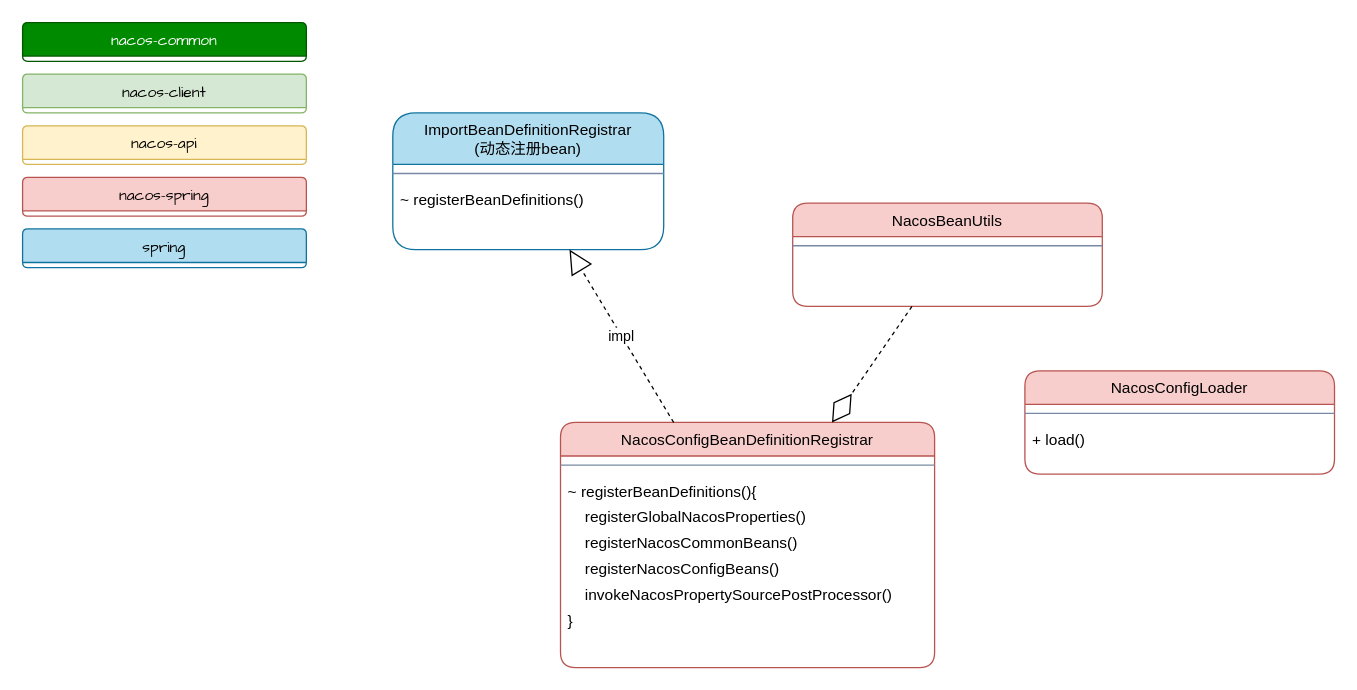
ZhengweiHou/simplegit keeps this draw.io diagram as page "容器初始化梳理" (3 of 4) of diagrams.net/Nacos架构梳理.drawio. Above is the earlier version. Source tidied: cells renumbered, new cells numbered last; positions are measured from the earlier drawing's top-left corner, leaving out a move shared by most shapes. Both pictures are drawn from the tidied source at 129%, with x=0, y=0 at pixel (22, 22).
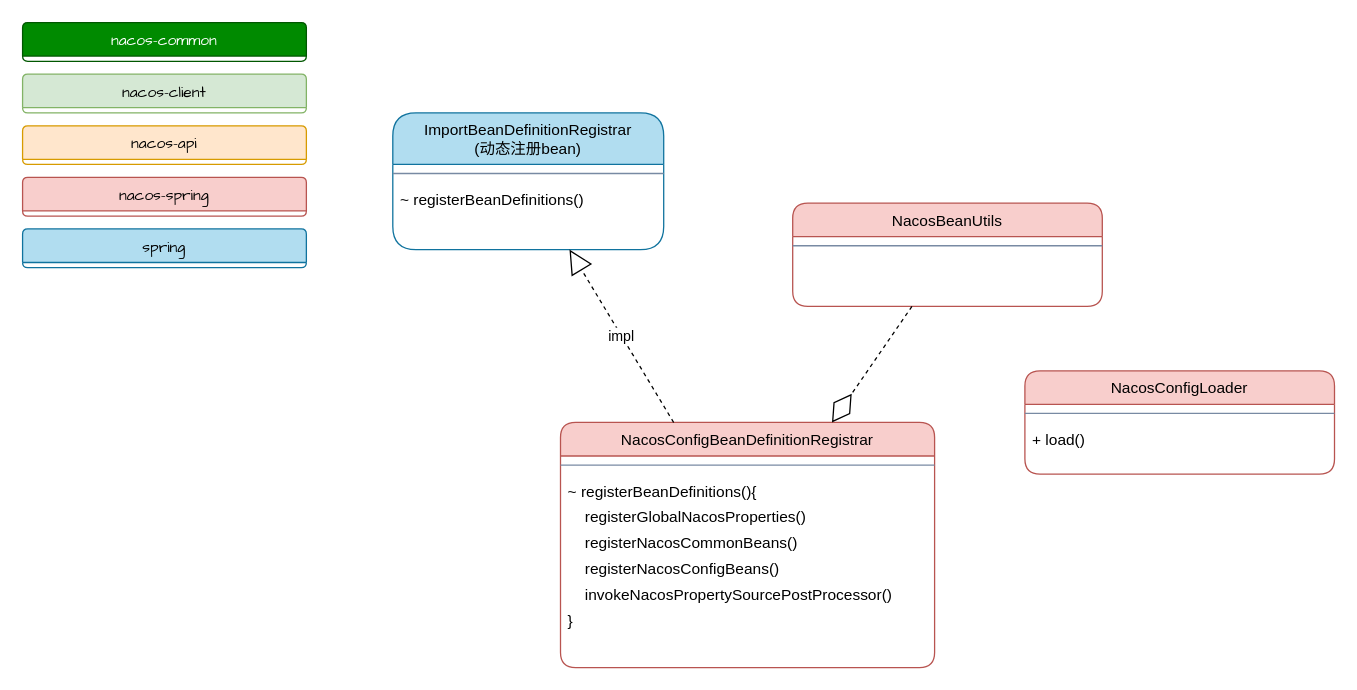
The same diagram, later.

The edit, as a diff of the source:
```diff
@@
-    <mxCell id="22" value="nacos-api" style="swimlane;fontStyle=0;align=center;verticalAlign=top;horizontal=1;startSize=26;shadow=0;strokeWidth=1;fillColor=#fff2cc;strokeColor=#d6b656;fontFamily=Comic Sans MS;rounded=1;sketch=0;" parent="1" vertex="1">
+    <mxCell id="22" value="nacos-api" style="swimlane;fontStyle=0;align=center;verticalAlign=top;horizontal=1;startSize=26;shadow=0;strokeWidth=1;fillColor=#ffe6cc;strokeColor=#d79b00;fontFamily=Comic Sans MS;rounded=1;sketch=0;" parent="1" vertex="1">
       <mxGeometry y="80" width="220" height="30" as="geometry" />
     </mxCell>
```
